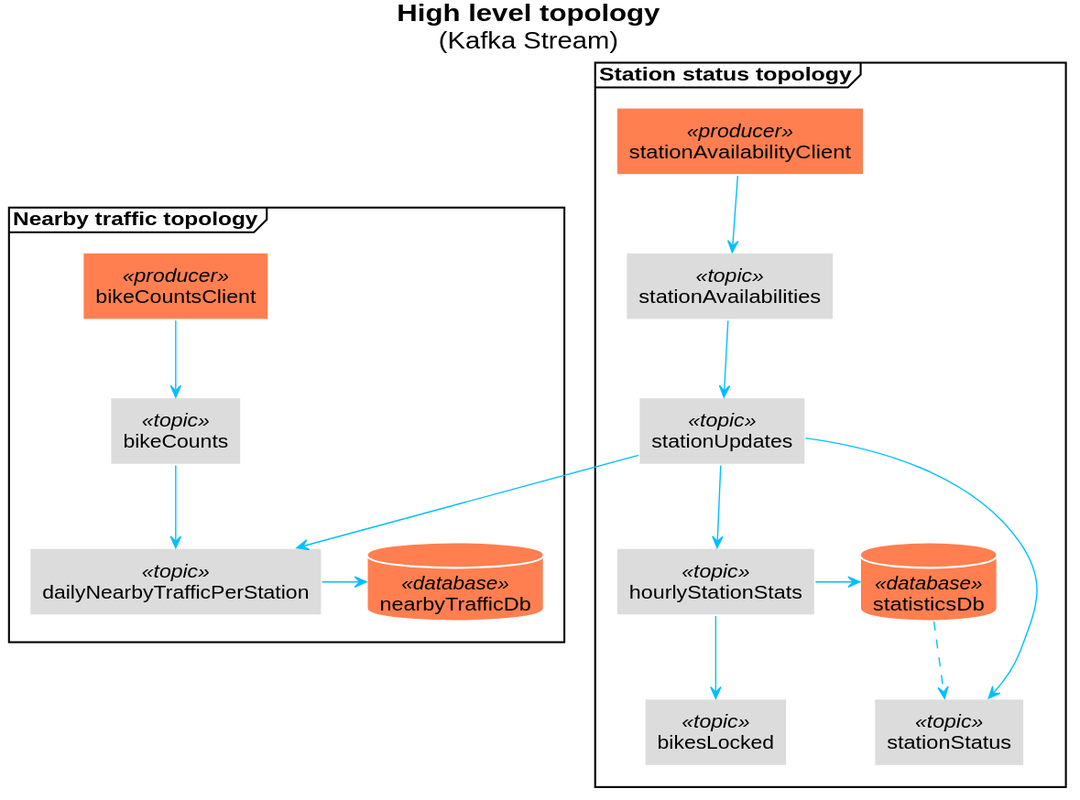
ouvreboite/velinfo_kafka_prototype keeps this PlantUML diagram as docs/plantuml/high_level_topology.svg. Above is the earlier version.
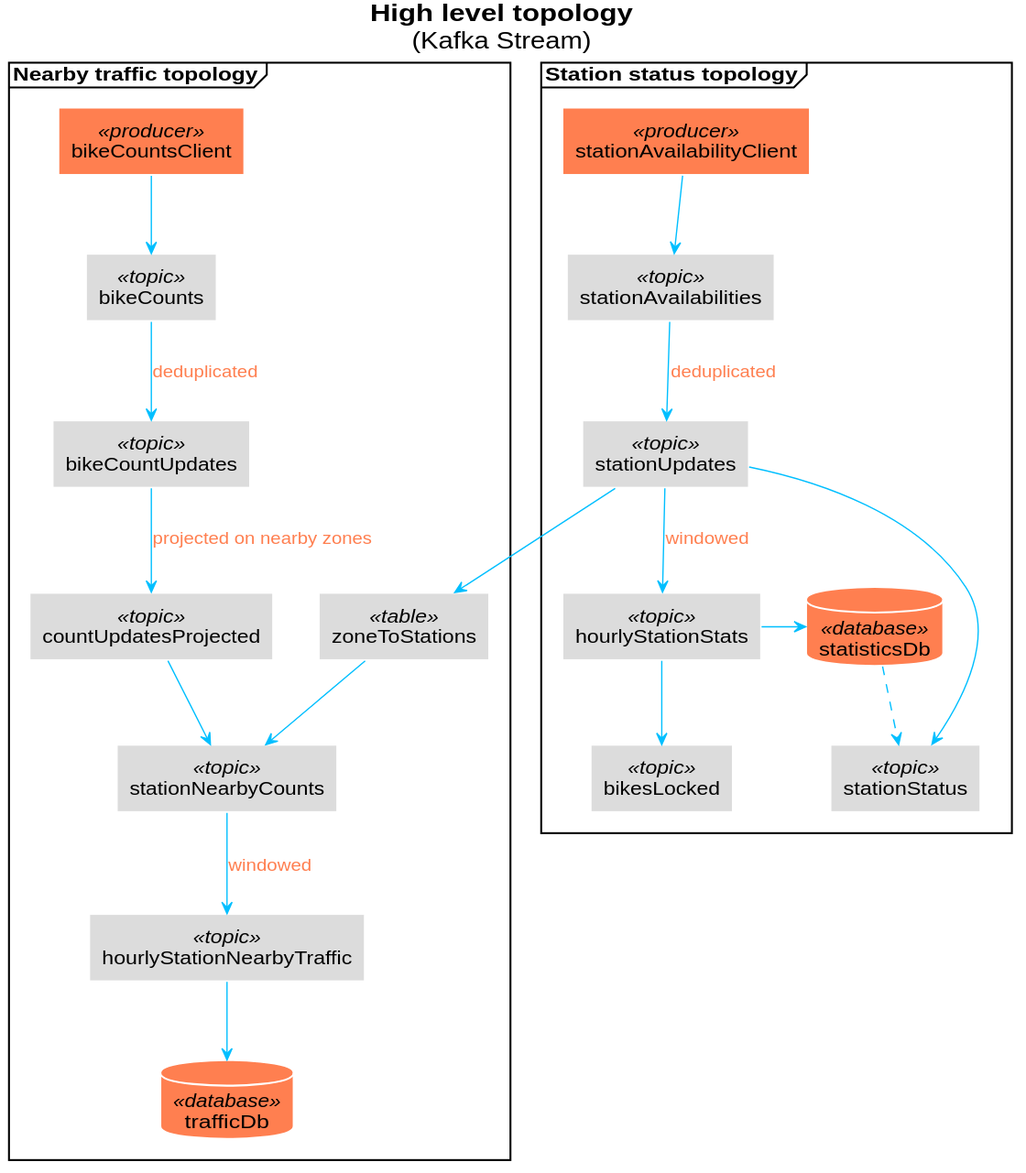
Later version of the same file.

Diff of the diagram source:
```diff
@@ -12,36 +12,45 @@
    rectangle hourlyStationStats<<topic>>
    rectangle stationStatus <<topic>>
    rectangle bikesLocked <<topic>>
-   database statisticsDb<<database>>
+   database statisticsDb <<database>>
 }
 
 stationAvailabilityClient --> stationAvailabilities
-stationAvailabilities --> stationUpdates
-stationUpdates --> hourlyStationStats
-hourlyStationStats--> bikesLocked
-hourlyStationStats-> statisticsDb
+stationAvailabilities --> stationUpdates : deduplicated
+stationUpdates --> hourlyStationStats : windowed
+hourlyStationStats --> bikesLocked
+hourlyStationStats -> statisticsDb
 stationUpdates --> stationStatus
 statisticsDb ..> stationStatus
 
 frame "Nearby traffic topology"{
    rectangle bikeCountsClient <<producer>>
    rectangle bikeCounts <<topic>>
-   rectangle dailyNearbyTrafficPerStation <<topic>>
-   database nearbyTrafficDb<<database>>
+   rectangle bikeCountUpdates <<topic>>
+   rectangle countUpdatesProjected<<topic>>
+   rectangle zoneToStations<<table>>
+   rectangle stationNearbyCounts <<topic>>
+   rectangle hourlyStationNearbyTraffic <<topic>>
+   database trafficDb <<database>>
 }
 
+
 bikeCountsClient --> bikeCounts
-bikeCounts --> dailyNearbyTrafficPerStation
-stationUpdates --> dailyNearbyTrafficPerStation
-dailyNearbyTrafficPerStation -> nearbyTrafficDb
+bikeCounts --> bikeCountUpdates : deduplicated
+stationUpdates --> zoneToStations
+bikeCountUpdates --> countUpdatesProjected: projected on nearby zones
+zoneToStations--> stationNearbyCounts
+countUpdatesProjected --> stationNearbyCounts
+stationNearbyCounts --> hourlyStationNearbyTraffic : windowed
+hourlyStationNearbyTraffic --> trafficDb
 
 skinparam rectangle{
     backgroundColor<<topic>> Gainsboro
-    backgroundColor<<stream>> Snow
+    backgroundColor<<table>> Gainsboro
     backgroundColor<<producer>> Coral
     backgroundColor<<consumer>> Coral
     borderColor<<topic>> transparent
-    borderColor<<stream>> transparent
+    borderColor<<table>> transparent
     borderColor<<producer>> transparent
     borderColor<<consumer>> transparent
 }
@@ -53,6 +62,7 @@
 
 skinparam{
    ArrowColor DeepSkyBlue
+   ArrowFontColor Coral
    shadowing false
 }
 @enduml
```
